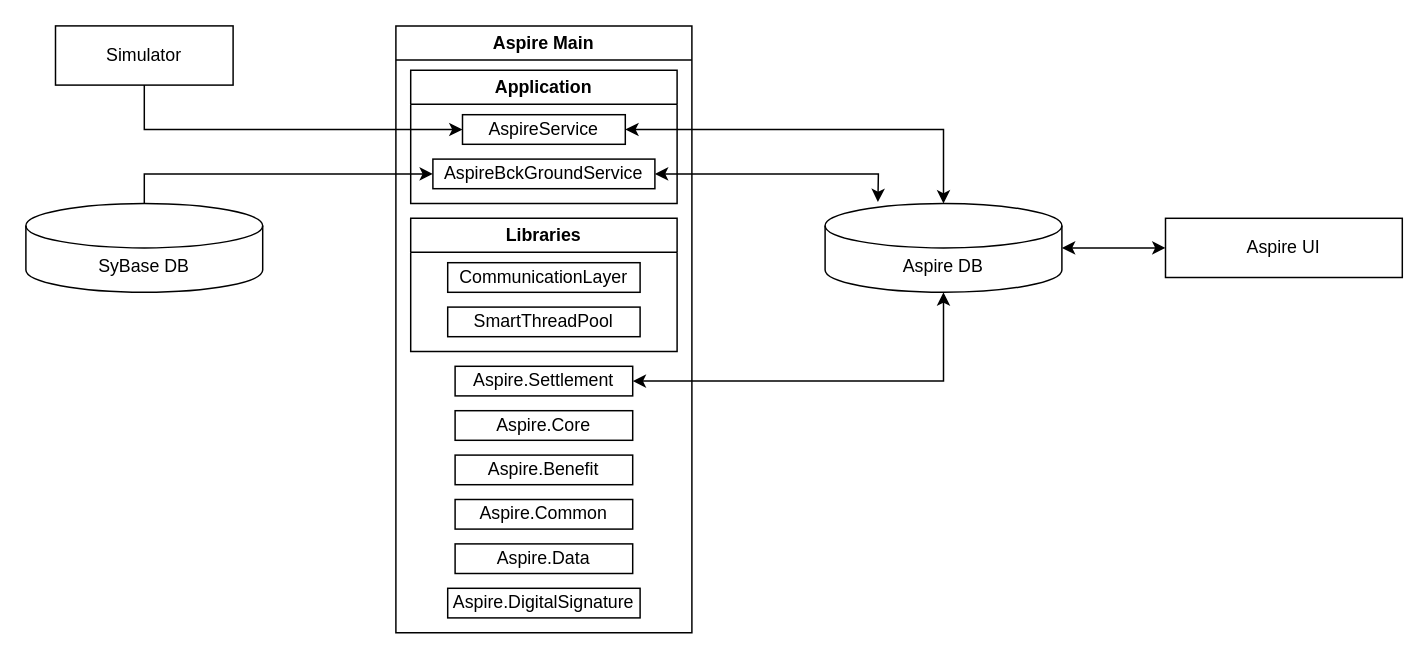
Before: page "Aspire" (1 of 2) of AspireMain.drawio in zakk616/avanza-UMLs, a draw.io diagram. Source tidied: cells renumbered, new cells numbered last; positions are measured from the earlier drawing's top-left corner, leaving out a move shared by most shapes. Both pictures are drawn from the tidied source at 148%, with x=0, y=0 at pixel (25, 25).
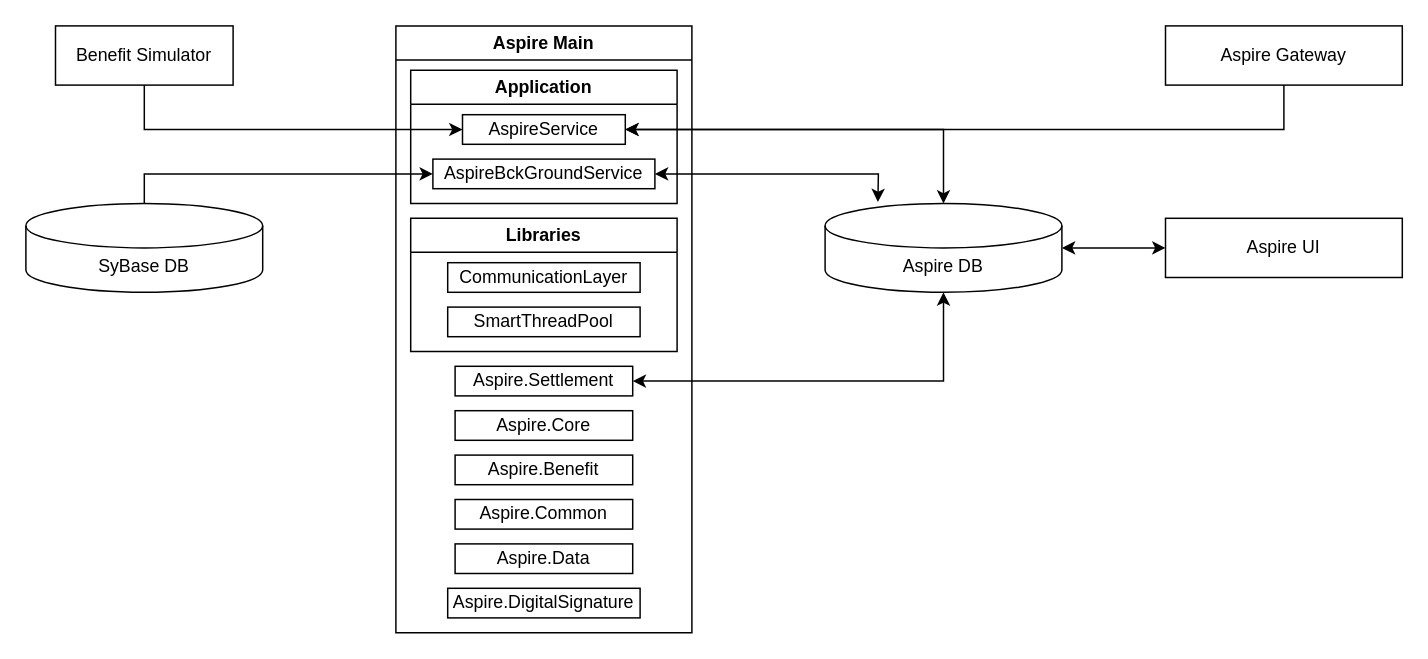
After the change.

The change refers to these unchanged cells:
```xml
<mxCell id="4" value="AspireService" style="rounded=0;whiteSpace=wrap;html=1;" parent="3" vertex="1">
  <mxGeometry x="35" y="30" width="110" height="20" as="geometry" />
</mxCell>
```

The edit, as a diff of the source:
```diff
@@
-    <mxCell id="22" value="Simulator" style="rounded=0;whiteSpace=wrap;html=1;" parent="1" vertex="1">
+    <mxCell id="22" value="Benefit Simulator" style="rounded=0;whiteSpace=wrap;html=1;" parent="1" vertex="1">
       <mxGeometry x="20" width="120" height="40" as="geometry" />
     </mxCell>
@@
+    <mxCell id="25" value="Aspire Gateway" style="rounded=0;whiteSpace=wrap;html=1;" parent="1" vertex="1">
+      <mxGeometry x="770" width="160" height="40" as="geometry" />
+    </mxCell>
+    <mxCell id="26" style="endArrow=classic;html=1;rounded=0;exitX=0.5;exitY=1;exitDx=0;exitDy=0;entryX=1;entryY=0.5;entryDx=0;entryDy=0;" parent="1" edge="1" source="25" target="4">
+      <mxGeometry relative="1" as="geometry">
+        <Array as="points">
+          <mxPoint x="850" y="70" />
+        </Array>
+      </mxGeometry>
+    </mxCell>
```
